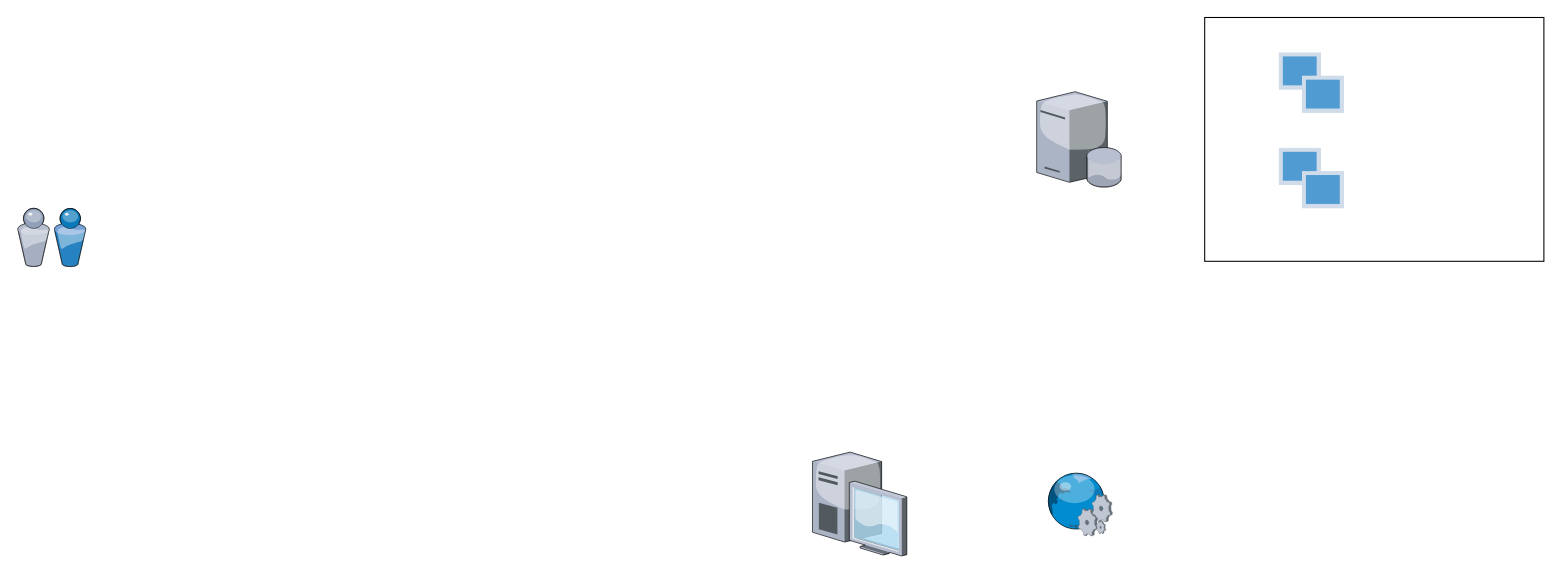
Before: Diagramme sans nom.drawio in leeeooooooooo/Projet_Visualisation, a draw.io diagram. Source tidied: cells renumbered, new cells numbered last; positions are measured from the earlier drawing's top-left corner, leaving out a move shared by most shapes. Both pictures are drawn from the tidied source at 106%, with x=0, y=0 at pixel (17, 17).
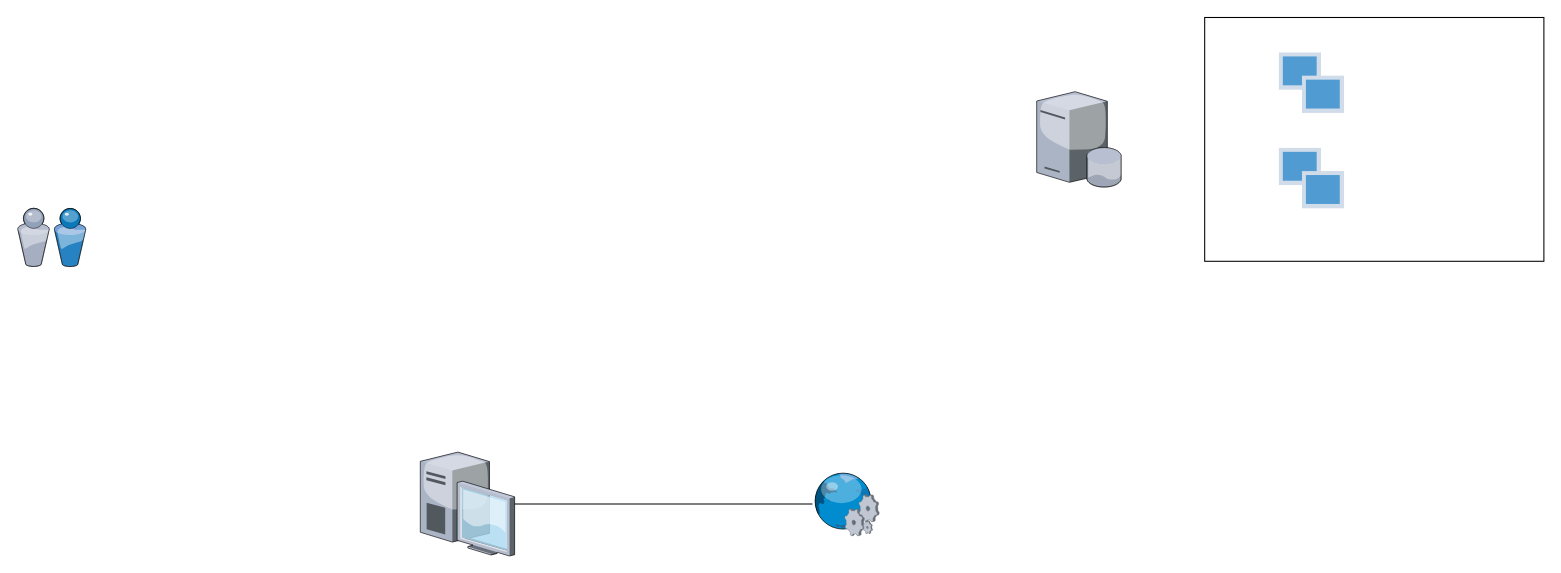
After the change.

Diff of the diagram source:
```diff
@@
 <mxGraphModel>
   <root>
     <mxCell id="0" />
     <mxCell id="1" parent="0" />
     <mxCell id="2" style="verticalLabelPosition=bottom;sketch=0;html=1;verticalAlign=top;strokeColor=none;align=center;shape=mxgraph.citrix.database_server;" parent="1" vertex="1">
       <mxGeometry x="961.5" y="70" width="80" height="90" as="geometry" />
     </mxCell>
     <mxCell id="3" style="verticalLabelPosition=bottom;sketch=0;html=1;verticalAlign=top;strokeColor=none;align=center;outlineConnect=0;shape=mxgraph.citrix.desktop;" parent="1" vertex="1">
-      <mxGeometry x="750" y="410" width="89" height="98" as="geometry" />
+      <mxGeometry x="380" y="410" width="89" height="98" as="geometry" />
     </mxCell>
     <mxCell id="4" style="verticalLabelPosition=bottom;sketch=0;html=1;verticalAlign=top;strokeColor=none;align=center;outlineConnect=0;shape=mxgraph.citrix.web_service;" parent="1" vertex="1">
-      <mxGeometry x="970" y="429" width="63" height="60" as="geometry" />
+      <mxGeometry x="750" y="429" width="63" height="60" as="geometry" />
     </mxCell>
     <mxCell id="5" style="verticalLabelPosition=bottom;sketch=0;html=1;verticalAlign=top;strokeColor=none;align=center;shape=mxgraph.citrix.users;" parent="1" vertex="1">
       <mxGeometry y="180" width="64.5" height="55" as="geometry" />
     </mxCell>
     <mxCell id="6" style="rounded=0;whiteSpace=wrap;html=1;" parent="1" vertex="1">
       <mxGeometry x="1120" width="320" height="230" as="geometry" />
     </mxCell>
     <mxCell id="7" style="verticalLabelPosition=bottom;sketch=0;html=1;verticalAlign=top;strokeColor=none;align=center;shape=mxgraph.citrix.role_load_testing_launcher;" parent="1" vertex="1">
       <mxGeometry x="1190" y="33" width="61.5" height="57" as="geometry" />
     </mxCell>
     <mxCell id="8" style="verticalLabelPosition=bottom;sketch=0;html=1;verticalAlign=top;strokeColor=none;align=center;shape=mxgraph.citrix.role_load_testing_launcher;" parent="1" vertex="1">
       <mxGeometry x="1190" y="123" width="61.5" height="57" as="geometry" />
     </mxCell>
+    <mxCell id="9" style="endArrow=none;html=1;rounded=0;" parent="1" edge="1" source="3" target="4">
+      <mxGeometry relative="1" as="geometry" />
+    </mxCell>
   </root>
 </mxGraphModel>
```
